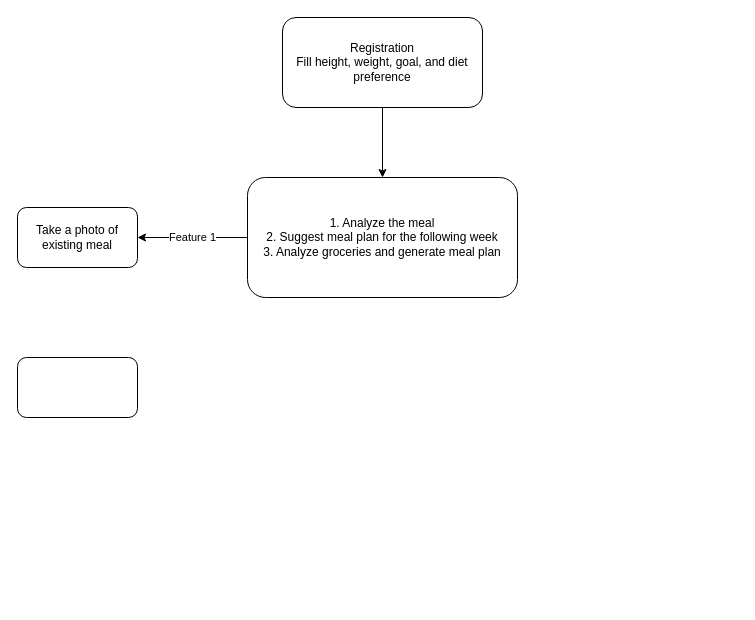
This is 未命名绘图.drawio from ArthaZeng/DietAI, a draw.io file, before an edit. Source tidied: cells renumbered, new cells numbered last; positions are measured from the earlier drawing's top-left corner, leaving out a move shared by most shapes. Both pictures are drawn from the tidied source at 100%, with x=0, y=0 at pixel (17, 17).
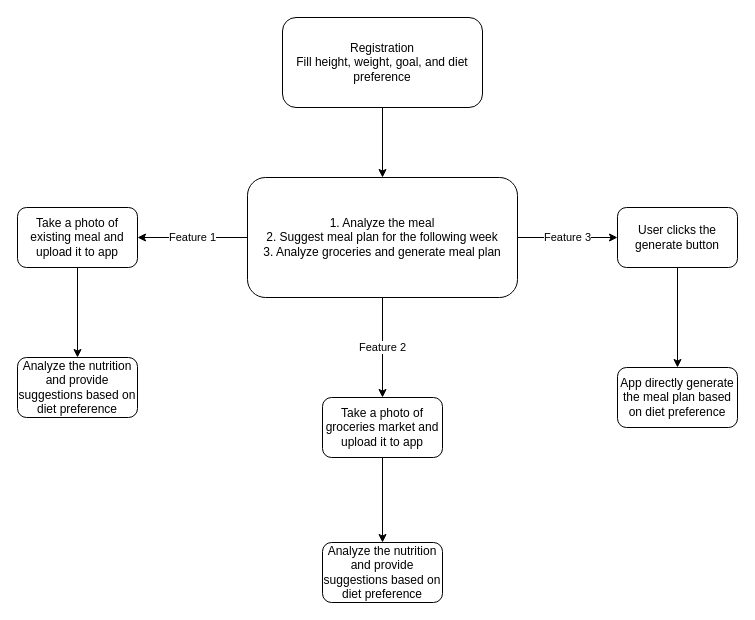
Above is the later version.

Change to the diagram source:
```diff
@@
 <mxGraphModel>
   <root>
     <mxCell id="0" />
     <mxCell id="1" parent="0" />
     <mxCell id="2" style="edgeStyle=orthogonalEdgeStyle;rounded=0;jettySize=auto;html=1;entryX=0.5;entryY=0;entryDx=0;entryDy=0;" parent="1" edge="1" source="3" target="5">
       <mxGeometry relative="1" as="geometry" />
     </mxCell>
     <mxCell id="3" value="Registration&lt;div&gt;&lt;span style=&quot;text-align: left;&quot;&gt;Fill height, weight, goal, and diet preference&lt;/span&gt;&lt;/div&gt;" style="rounded=1;whiteSpace=wrap;html=1;" parent="1" vertex="1">
       <mxGeometry x="265" width="200" height="90" as="geometry" />
     </mxCell>
     <mxCell id="4" value="Feature 1" style="edgeStyle=orthogonalEdgeStyle;rounded=0;jettySize=auto;html=1;entryX=1;entryY=0.5;entryDx=0;entryDy=0;" parent="1" edge="1" source="5" target="6">
       <mxGeometry relative="1" as="geometry" />
     </mxCell>
+    <mxCell id="8" value="Feature 2" style="edgeStyle=orthogonalEdgeStyle;rounded=0;jettySize=auto;html=1;" parent="1" edge="1" source="5" target="12">
+      <mxGeometry relative="1" as="geometry" />
+    </mxCell>
+    <mxCell id="9" value="Feature 3" style="edgeStyle=orthogonalEdgeStyle;rounded=0;jettySize=auto;html=1;entryX=0;entryY=0.5;entryDx=0;entryDy=0;" parent="1" edge="1" source="5" target="15">
+      <mxGeometry relative="1" as="geometry" />
+    </mxCell>
     <mxCell id="5" value="1. Analyze the meal&lt;div&gt;2. Suggest meal plan for the following week&lt;/div&gt;&lt;div&gt;3. Analyze groceries and generate meal plan&lt;/div&gt;" style="rounded=1;whiteSpace=wrap;html=1;" parent="1" vertex="1">
       <mxGeometry x="230" y="160" width="270" height="120" as="geometry" />
     </mxCell>
+    <mxCell id="10" style="edgeStyle=orthogonalEdgeStyle;rounded=0;jettySize=auto;html=1;entryX=0.5;entryY=0;entryDx=0;entryDy=0;" parent="1" edge="1" source="6" target="7">
+      <mxGeometry relative="1" as="geometry" />
+    </mxCell>
-    <mxCell id="6" value="Take a photo of existing meal" style="rounded=1;whiteSpace=wrap;html=1;" parent="1" vertex="1">
+    <mxCell id="6" value="Take a photo of existing meal and upload it to app" style="rounded=1;whiteSpace=wrap;html=1;" parent="1" vertex="1">
       <mxGeometry y="190" width="120" height="60" as="geometry" />
     </mxCell>
-    <mxCell id="7" style="rounded=1;whiteSpace=wrap;html=1;" parent="1" vertex="1">
+    <mxCell id="7" value="Analyze the nutrition and provide suggestions based on diet preference" style="rounded=1;whiteSpace=wrap;html=1;" parent="1" vertex="1">
       <mxGeometry y="340" width="120" height="60" as="geometry" />
     </mxCell>
+    <mxCell id="11" style="edgeStyle=orthogonalEdgeStyle;rounded=0;jettySize=auto;html=1;entryX=0.5;entryY=0;entryDx=0;entryDy=0;" parent="1" edge="1" source="12" target="13">
+      <mxGeometry relative="1" as="geometry" />
+    </mxCell>
+    <mxCell id="12" value="Take a photo of groceries market&amp;nbsp;and upload it to app" style="rounded=1;whiteSpace=wrap;html=1;" parent="1" vertex="1">
+      <mxGeometry x="305" y="380" width="120" height="60" as="geometry" />
+    </mxCell>
+    <mxCell id="13" value="Analyze the nutrition and provide suggestions based on diet preference" style="rounded=1;whiteSpace=wrap;html=1;" parent="1" vertex="1">
+      <mxGeometry x="305" y="525" width="120" height="60" as="geometry" />
+    </mxCell>
+    <mxCell id="14" style="edgeStyle=orthogonalEdgeStyle;rounded=0;jettySize=auto;html=1;" parent="1" edge="1" source="15" target="16">
+      <mxGeometry relative="1" as="geometry" />
+    </mxCell>
+    <mxCell id="15" value="User clicks the generate button" style="rounded=1;whiteSpace=wrap;html=1;" parent="1" vertex="1">
+      <mxGeometry x="600" y="190" width="120" height="60" as="geometry" />
+    </mxCell>
+    <mxCell id="16" value="App directly generate the meal plan based on diet preference" style="rounded=1;whiteSpace=wrap;html=1;" parent="1" vertex="1">
+      <mxGeometry x="600" y="350" width="120" height="60" as="geometry" />
+    </mxCell>
   </root>
 </mxGraphModel>
```
